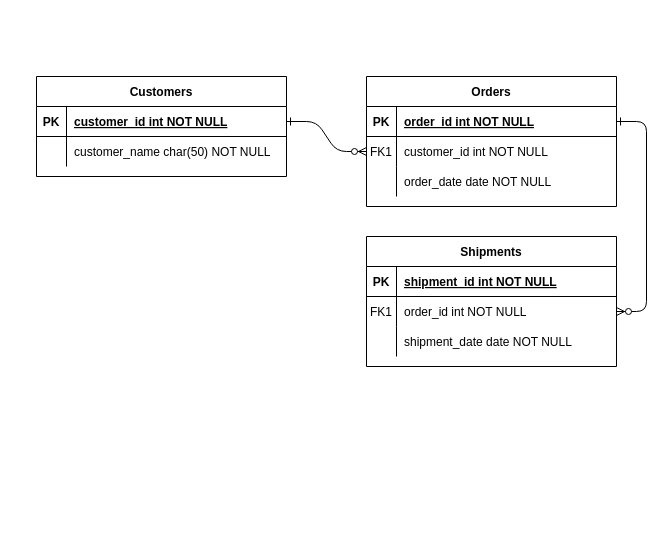
goyaldpk/BillingCharts keeps this draw.io diagram as Untitled Diagram.drawio. Above is the earlier version. Source tidied: cells renumbered, new cells numbered last; positions are measured from the earlier drawing's top-left corner, leaving out a move shared by most shapes. Both pictures are drawn from the tidied source at 100%, with x=0, y=0 at pixel (36, 76).
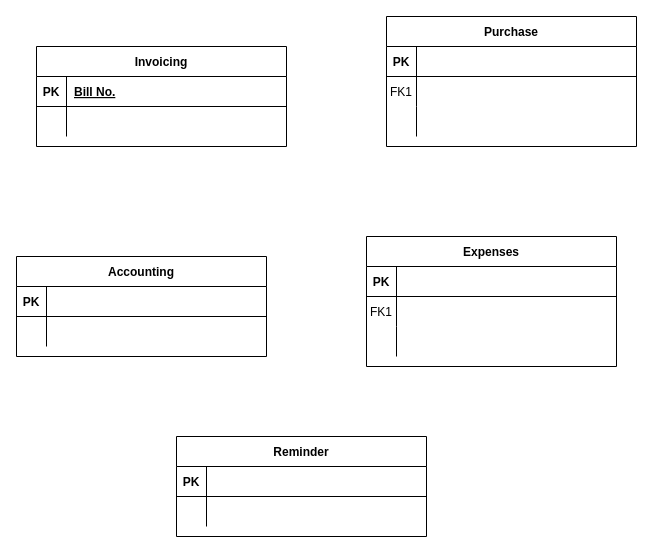
After the change.

Unchanged cells that the change refers to:
```xml
<mxCell id="15" style="shape=partialRectangle;fillColor=none;top=0;left=0;right=0;bottom=1;" parent="14" vertex="1">
  <mxGeometry y="30" width="250" height="30" as="geometry" />
</mxCell>
<mxCell id="18" style="shape=partialRectangle;fillColor=none;points=[[0,0.5],[1,0.5]];portConstraint=eastwest;top=0;left=0;right=0;bottom=0;" parent="14" vertex="1">
  <mxGeometry y="60" width="250" height="30" as="geometry" />
</mxCell>
<mxCell id="21" style="shape=partialRectangle;fillColor=none;top=0;left=0;right=0;bottom=0;" parent="14" vertex="1">
  <mxGeometry y="90" width="250" height="30" as="geometry" />
</mxCell>
<mxCell id="25" style="shape=partialRectangle;fillColor=none;points=[[0,0.5],[1,0.5]];portConstraint=eastwest;top=0;left=0;right=0;bottom=1;" parent="24" vertex="1">
  <mxGeometry y="30" width="250" height="30" as="geometry" />
</mxCell>
<mxCell id="28" style="shape=partialRectangle;fillColor=none;top=0;left=0;right=0;bottom=0;" parent="24" vertex="1">
  <mxGeometry y="60" width="250" height="30" as="geometry" />
</mxCell>
```

Change to the diagram source:
```diff
@@
-    <mxCell id="2" style="edgeStyle=entityRelationEdgeStyle;endArrow=ERzeroToMany;startArrow=ERone;endFill=1;startFill=0;" parent="1" edge="1" source="25" target="8">
-      <mxGeometry relative="1" as="geometry" />
-    </mxCell>
-    <mxCell id="3" style="edgeStyle=entityRelationEdgeStyle;endArrow=ERzeroToMany;startArrow=ERone;endFill=1;startFill=0;" parent="1" edge="1" source="5" target="18">
-      <mxGeometry relative="1" as="geometry" />
-    </mxCell>
-    <mxCell id="4" value="Orders" style="shape=table;startSize=30;childLayout=tableLayout;rowLines=0;fontStyle=1;align=center;" parent="1" vertex="1">
-      <mxGeometry x="330" width="250" height="130" as="geometry" />
-    </mxCell>
-    <mxCell id="5" style="shape=partialRectangle;fillColor=none;points=[[0,0.5],[1,0.5]];portConstraint=eastwest;top=0;left=0;right=0;bottom=1;" parent="4" vertex="1">
-      <mxGeometry y="30" width="250" height="30" as="geometry" />
-    </mxCell>
-    <mxCell id="6" value="PK" style="shape=partialRectangle;overflow=hidden;fillColor=none;top=0;left=0;bottom=0;right=0;fontStyle=1;" parent="5" vertex="1">
-      <mxGeometry width="30" height="30" as="geometry" />
-    </mxCell>
-    <mxCell id="7" value="order_id int NOT NULL " style="shape=partialRectangle;overflow=hidden;fillColor=none;top=0;left=0;bottom=0;right=0;align=left;spacingLeft=6;fontStyle=5;" parent="5" vertex="1">
-      <mxGeometry x="30" width="220" height="30" as="geometry" />
-    </mxCell>
-    <mxCell id="8" style="shape=partialRectangle;fillColor=none;points=[[0,0.5],[1,0.5]];portConstraint=eastwest;top=0;left=0;right=0;bottom=0;" parent="4" vertex="1">
-      <mxGeometry y="60" width="250" height="30" as="geometry" />
-    </mxCell>
-    <mxCell id="9" value="FK1" style="shape=partialRectangle;overflow=hidden;fillColor=none;top=0;left=0;bottom=0;right=0;" parent="8" vertex="1">
-      <mxGeometry width="30" height="30" as="geometry" />
-    </mxCell>
-    <mxCell id="10" value="customer_id int NOT NULL" style="shape=partialRectangle;overflow=hidden;fillColor=none;top=0;left=0;bottom=0;right=0;align=left;spacingLeft=6;" parent="8" vertex="1">
-      <mxGeometry x="30" width="220" height="30" as="geometry" />
-    </mxCell>
-    <mxCell id="11" style="shape=partialRectangle;fillColor=none;top=0;left=0;right=0;bottom=0;" parent="4" vertex="1">
-      <mxGeometry y="90" width="250" height="30" as="geometry" />
-    </mxCell>
-    <mxCell id="12" style="shape=partialRectangle;overflow=hidden;fillColor=none;top=0;left=0;bottom=0;right=0;" parent="11" vertex="1">
-      <mxGeometry width="30" height="30" as="geometry" />
-    </mxCell>
-    <mxCell id="13" value="order_date date NOT NULL" style="shape=partialRectangle;overflow=hidden;fillColor=none;top=0;left=0;bottom=0;right=0;align=left;spacingLeft=6;" parent="11" vertex="1">
-      <mxGeometry x="30" width="220" height="30" as="geometry" />
-    </mxCell>
-    <mxCell id="14" value="Shipments" style="shape=table;startSize=30;childLayout=tableLayout;rowLines=0;fontStyle=1;align=center;" parent="1" vertex="1">
+    <mxCell id="14" value="Expenses" style="shape=table;startSize=30;childLayout=tableLayout;rowLines=0;fontStyle=1;align=center;" parent="1" vertex="1">
       <mxGeometry x="330" y="160" width="250" height="130" as="geometry" />
     </mxCell>
@@
-    <mxCell id="17" value="shipment_id int NOT NULL " style="shape=partialRectangle;overflow=hidden;fillColor=none;top=0;left=0;bottom=0;right=0;align=left;spacingLeft=6;fontStyle=5;" parent="15" vertex="1">
+    <mxCell id="17" style="shape=partialRectangle;overflow=hidden;fillColor=none;top=0;left=0;bottom=0;right=0;align=left;spacingLeft=6;fontStyle=5;" parent="15" vertex="1">
       <mxGeometry x="30" width="220" height="30" as="geometry" />
     </mxCell>
@@
-    <mxCell id="20" value="order_id int NOT NULL" style="shape=partialRectangle;overflow=hidden;fillColor=none;top=0;left=0;bottom=0;right=0;align=left;spacingLeft=6;" parent="18" vertex="1">
+    <mxCell id="20" style="shape=partialRectangle;overflow=hidden;fillColor=none;top=0;left=0;bottom=0;right=0;align=left;spacingLeft=6;" parent="18" vertex="1">
       <mxGeometry x="30" width="220" height="30" as="geometry" />
     </mxCell>
@@
-    <mxCell id="23" value="shipment_date date NOT NULL" style="shape=partialRectangle;overflow=hidden;fillColor=none;top=0;left=0;bottom=0;right=0;align=left;spacingLeft=6;" parent="21" vertex="1">
+    <mxCell id="23" style="shape=partialRectangle;overflow=hidden;fillColor=none;top=0;left=0;bottom=0;right=0;align=left;spacingLeft=6;" parent="21" vertex="1">
       <mxGeometry x="30" width="220" height="30" as="geometry" />
     </mxCell>
-    <mxCell id="24" value="Customers" style="shape=table;startSize=30;childLayout=tableLayout;rowLines=0;fontStyle=1;align=center;" parent="1" vertex="1">
-      <mxGeometry width="250" height="100" as="geometry" />
+    <mxCell id="24" value="Invoicing" style="shape=table;startSize=30;childLayout=tableLayout;rowLines=0;fontStyle=1;align=center;" parent="1" vertex="1">
+      <mxGeometry y="-30" width="250" height="100" as="geometry" />
     </mxCell>
@@
-    <mxCell id="27" value="customer_id int NOT NULL " style="shape=partialRectangle;overflow=hidden;fillColor=none;top=0;left=0;bottom=0;right=0;align=left;spacingLeft=6;fontStyle=5;" parent="25" vertex="1">
+    <mxCell id="27" value="Bill No." style="shape=partialRectangle;overflow=hidden;fillColor=none;top=0;left=0;bottom=0;right=0;align=left;spacingLeft=6;fontStyle=5;" parent="25" vertex="1">
       <mxGeometry x="30" width="220" height="30" as="geometry" />
     </mxCell>
@@
-    <mxCell id="30" value="customer_name char(50) NOT NULL" style="shape=partialRectangle;overflow=hidden;fillColor=none;top=0;left=0;bottom=0;right=0;align=left;spacingLeft=6;" parent="28" vertex="1">
+    <mxCell id="30" style="shape=partialRectangle;overflow=hidden;fillColor=none;top=0;left=0;bottom=0;right=0;align=left;spacingLeft=6;" parent="28" vertex="1">
       <mxGeometry x="30" width="220" height="30" as="geometry" />
     </mxCell>
+    <mxCell id="31" value="Accounting" style="shape=table;startSize=30;childLayout=tableLayout;rowLines=0;fontStyle=1;align=center;" parent="1" vertex="1">
+      <mxGeometry x="-20" y="180" width="250" height="100" as="geometry" />
+    </mxCell>
+    <mxCell id="32" style="shape=partialRectangle;fillColor=none;top=0;left=0;right=0;bottom=1;" parent="31" vertex="1">
+      <mxGeometry y="30" width="250" height="30" as="geometry" />
+    </mxCell>
+    <mxCell id="33" value="PK" style="shape=partialRectangle;overflow=hidden;fillColor=none;top=0;left=0;bottom=0;right=0;fontStyle=1;" parent="32" vertex="1">
+      <mxGeometry width="30" height="30" as="geometry" />
+    </mxCell>
+    <mxCell id="34" style="shape=partialRectangle;overflow=hidden;fillColor=none;top=0;left=0;bottom=0;right=0;align=left;spacingLeft=6;fontStyle=5;" parent="32" vertex="1">
+      <mxGeometry x="30" width="220" height="30" as="geometry" />
+    </mxCell>
+    <mxCell id="35" style="shape=partialRectangle;fillColor=none;top=0;left=0;right=0;bottom=0;" parent="31" vertex="1">
+      <mxGeometry y="60" width="250" height="30" as="geometry" />
+    </mxCell>
+    <mxCell id="36" style="shape=partialRectangle;overflow=hidden;fillColor=none;top=0;left=0;bottom=0;right=0;" parent="35" vertex="1">
+      <mxGeometry width="30" height="30" as="geometry" />
+    </mxCell>
+    <mxCell id="37" style="shape=partialRectangle;overflow=hidden;fillColor=none;top=0;left=0;bottom=0;right=0;align=left;spacingLeft=6;" parent="35" vertex="1">
+      <mxGeometry x="30" width="220" height="30" as="geometry" />
+    </mxCell>
+    <mxCell id="38" value="Reminder" style="shape=table;startSize=30;childLayout=tableLayout;rowLines=0;fontStyle=1;align=center;" parent="1" vertex="1">
+      <mxGeometry x="140" y="360" width="250" height="100" as="geometry" />
+    </mxCell>
+    <mxCell id="39" style="shape=partialRectangle;fillColor=none;top=0;left=0;right=0;bottom=1;" parent="38" vertex="1">
+      <mxGeometry y="30" width="250" height="30" as="geometry" />
+    </mxCell>
+    <mxCell id="40" value="PK" style="shape=partialRectangle;overflow=hidden;fillColor=none;top=0;left=0;bottom=0;right=0;fontStyle=1;" parent="39" vertex="1">
+      <mxGeometry width="30" height="30" as="geometry" />
+    </mxCell>
+    <mxCell id="41" style="shape=partialRectangle;overflow=hidden;fillColor=none;top=0;left=0;bottom=0;right=0;align=left;spacingLeft=6;fontStyle=5;" parent="39" vertex="1">
+      <mxGeometry x="30" width="220" height="30" as="geometry" />
+    </mxCell>
+    <mxCell id="42" style="shape=partialRectangle;fillColor=none;top=0;left=0;right=0;bottom=0;" parent="38" vertex="1">
+      <mxGeometry y="60" width="250" height="30" as="geometry" />
+    </mxCell>
+    <mxCell id="43" style="shape=partialRectangle;overflow=hidden;fillColor=none;top=0;left=0;bottom=0;right=0;" parent="42" vertex="1">
+      <mxGeometry width="30" height="30" as="geometry" />
+    </mxCell>
+    <mxCell id="44" style="shape=partialRectangle;overflow=hidden;fillColor=none;top=0;left=0;bottom=0;right=0;align=left;spacingLeft=6;" parent="42" vertex="1">
+      <mxGeometry x="30" width="220" height="30" as="geometry" />
+    </mxCell>
+    <mxCell id="4" value="Purchase" style="shape=table;startSize=30;childLayout=tableLayout;rowLines=0;fontStyle=1;align=center;" parent="1" vertex="1">
+      <mxGeometry x="350" y="-60" width="250" height="130" as="geometry" />
+    </mxCell>
+    <mxCell id="5" style="shape=partialRectangle;fillColor=none;points=[[0,0.5],[1,0.5]];portConstraint=eastwest;top=0;left=0;right=0;bottom=1;" parent="4" vertex="1">
+      <mxGeometry y="30" width="250" height="30" as="geometry" />
+    </mxCell>
+    <mxCell id="6" value="PK" style="shape=partialRectangle;overflow=hidden;fillColor=none;top=0;left=0;bottom=0;right=0;fontStyle=1;" parent="5" vertex="1">
+      <mxGeometry width="30" height="30" as="geometry" />
+    </mxCell>
+    <mxCell id="7" style="shape=partialRectangle;overflow=hidden;fillColor=none;top=0;left=0;bottom=0;right=0;align=left;spacingLeft=6;fontStyle=5;" parent="5" vertex="1">
+      <mxGeometry x="30" width="220" height="30" as="geometry" />
+    </mxCell>
+    <mxCell id="8" style="shape=partialRectangle;fillColor=none;points=[[0,0.5],[1,0.5]];portConstraint=eastwest;top=0;left=0;right=0;bottom=0;" parent="4" vertex="1">
+      <mxGeometry y="60" width="250" height="30" as="geometry" />
+    </mxCell>
+    <mxCell id="9" value="FK1" style="shape=partialRectangle;overflow=hidden;fillColor=none;top=0;left=0;bottom=0;right=0;" parent="8" vertex="1">
+      <mxGeometry width="30" height="30" as="geometry" />
+    </mxCell>
+    <mxCell id="10" style="shape=partialRectangle;overflow=hidden;fillColor=none;top=0;left=0;bottom=0;right=0;align=left;spacingLeft=6;" parent="8" vertex="1">
+      <mxGeometry x="30" width="220" height="30" as="geometry" />
+    </mxCell>
+    <mxCell id="11" style="shape=partialRectangle;fillColor=none;top=0;left=0;right=0;bottom=0;" parent="4" vertex="1">
+      <mxGeometry y="90" width="250" height="30" as="geometry" />
+    </mxCell>
+    <mxCell id="12" style="shape=partialRectangle;overflow=hidden;fillColor=none;top=0;left=0;bottom=0;right=0;" parent="11" vertex="1">
+      <mxGeometry width="30" height="30" as="geometry" />
+    </mxCell>
+    <mxCell id="13" style="shape=partialRectangle;overflow=hidden;fillColor=none;top=0;left=0;bottom=0;right=0;align=left;spacingLeft=6;" parent="11" vertex="1">
+      <mxGeometry x="30" width="220" height="30" as="geometry" />
+    </mxCell>
```
